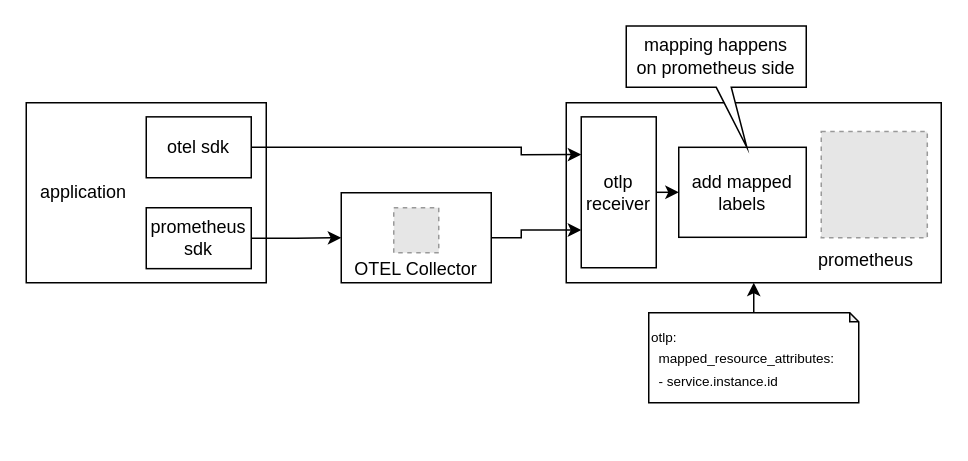
Before: prometheus/prometheus-map-otel-resource-server-side.drawio in fatsheep9146/drawio-registry, a draw.io diagram. Source tidied: cells renumbered, new cells numbered last; positions are measured from the earlier drawing's top-left corner, leaving out a move shared by most shapes. Both pictures are drawn from the tidied source at 150%, with x=0, y=0 at pixel (26, 26). Pictures stored in the file or linked from it are replaced by grey dashed boxes.
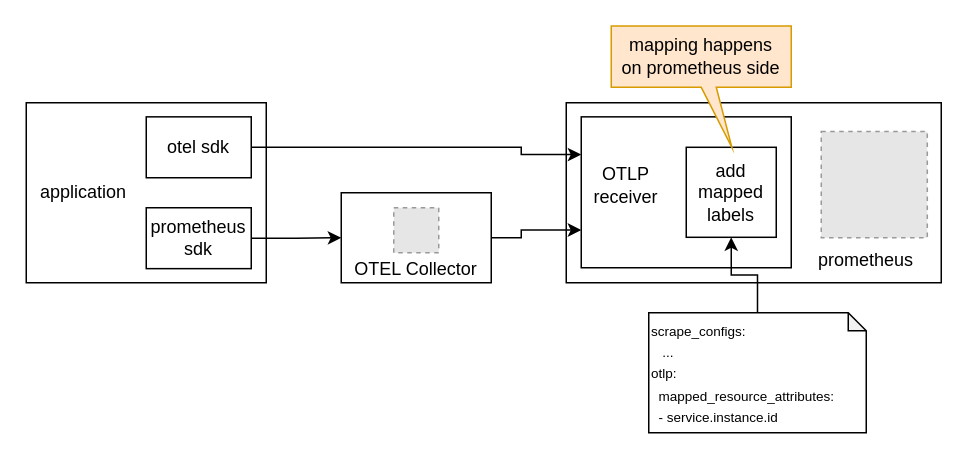
The same page after the edit.

Unchanged cells that the change refers to:
```xml
<mxCell id="3" style="rounded=0;whiteSpace=wrap;html=1;" parent="1" vertex="1">
  <mxGeometry x="360" y="51" width="250" height="120" as="geometry" />
</mxCell>
```

Diff of the diagram source:
```diff
@@
-    <mxCell id="11" style="edgeStyle=orthogonalEdgeStyle;rounded=0;jettySize=auto;html=1;exitX=1;exitY=0.5;exitDx=0;exitDy=0;entryX=0;entryY=0.5;entryDx=0;entryDy=0;" parent="1" edge="1" source="12" target="18">
-      <mxGeometry relative="1" as="geometry" />
-    </mxCell>
-    <mxCell id="12" value="otlp receiver" style="rounded=0;whiteSpace=wrap;html=1;" parent="1" vertex="1">
-      <mxGeometry x="370" y="60.4" width="50" height="100.6" as="geometry" />
+    <mxCell id="12" style="rounded=0;whiteSpace=wrap;html=1;" parent="1" vertex="1">
+      <mxGeometry x="370" y="60.4" width="140" height="100.6" as="geometry" />
     </mxCell>
@@
-    <mxCell id="16" style="edgeStyle=orthogonalEdgeStyle;rounded=0;jettySize=auto;html=1;exitX=0.5;exitY=0;exitDx=0;exitDy=0;exitPerimeter=0;entryX=0.5;entryY=1;entryDx=0;entryDy=0;" parent="1" edge="1" source="17" target="3">
+    <mxCell id="16" style="edgeStyle=orthogonalEdgeStyle;rounded=0;jettySize=auto;html=1;exitX=0.5;exitY=0;exitDx=0;exitDy=0;exitPerimeter=0;entryX=0.5;entryY=1;entryDx=0;entryDy=0;" parent="1" edge="1" source="17" target="18">
       <mxGeometry relative="1" as="geometry" />
     </mxCell>
-    <mxCell id="17" value="&lt;font style=&quot;font-size: 9px;&quot;&gt;otlp:&lt;br&gt;&amp;nbsp; mapped_resource_attributes:&lt;br&gt;&amp;nbsp; - service.instance.id&lt;/font&gt;" style="shape=note;whiteSpace=wrap;html=1;backgroundOutline=1;darkOpacity=0.05;size=6;align=left;" parent="1" vertex="1">
-      <mxGeometry x="415" y="191" width="140" height="60" as="geometry" />
+    <mxCell id="17" value="&lt;font style=&quot;font-size: 9px;&quot;&gt;scrape_configs:&lt;br&gt;&amp;nbsp; &amp;nbsp;...&lt;br&gt;otlp:&lt;br&gt;&amp;nbsp; mapped_resource_attributes:&lt;br&gt;&amp;nbsp; - service.instance.id&lt;/font&gt;" style="shape=note;whiteSpace=wrap;html=1;backgroundOutline=1;darkOpacity=0.05;size=12;align=left;" parent="1" vertex="1">
+      <mxGeometry x="415" y="191" width="145" height="80" as="geometry" />
     </mxCell>
     <mxCell id="18" value="add mapped&lt;br&gt;labels" style="rounded=0;whiteSpace=wrap;html=1;" parent="1" vertex="1">
-      <mxGeometry x="435" y="80.7" width="85" height="60" as="geometry" />
+      <mxGeometry x="440" y="80.7" width="60" height="60" as="geometry" />
     </mxCell>
-    <mxCell id="19" value="mapping happens&lt;br&gt;on prometheus side" style="shape=callout;whiteSpace=wrap;html=1;perimeter=calloutPerimeter;base=10;size=40;position=0.5;position2=0.67;" parent="1" vertex="1">
-      <mxGeometry x="400" y="-0.1" width="120" height="80.8" as="geometry" />
+    <mxCell id="19" value="mapping happens&lt;br&gt;on prometheus side" style="shape=callout;whiteSpace=wrap;html=1;perimeter=calloutPerimeter;base=10;size=40;position=0.5;position2=0.67;fillColor=#ffe6cc;strokeColor=#d79b00;" parent="1" vertex="1">
+      <mxGeometry x="390" y="-0.1" width="120" height="80.8" as="geometry" />
     </mxCell>
+    <mxCell id="20" value="OTLP&lt;br&gt;receiver" style="text;html=1;strokeColor=none;fillColor=none;align=center;verticalAlign=middle;whiteSpace=wrap;rounded=0;" parent="1" vertex="1">
+      <mxGeometry x="370" y="90.6" width="60" height="30" as="geometry" />
+    </mxCell>
```
